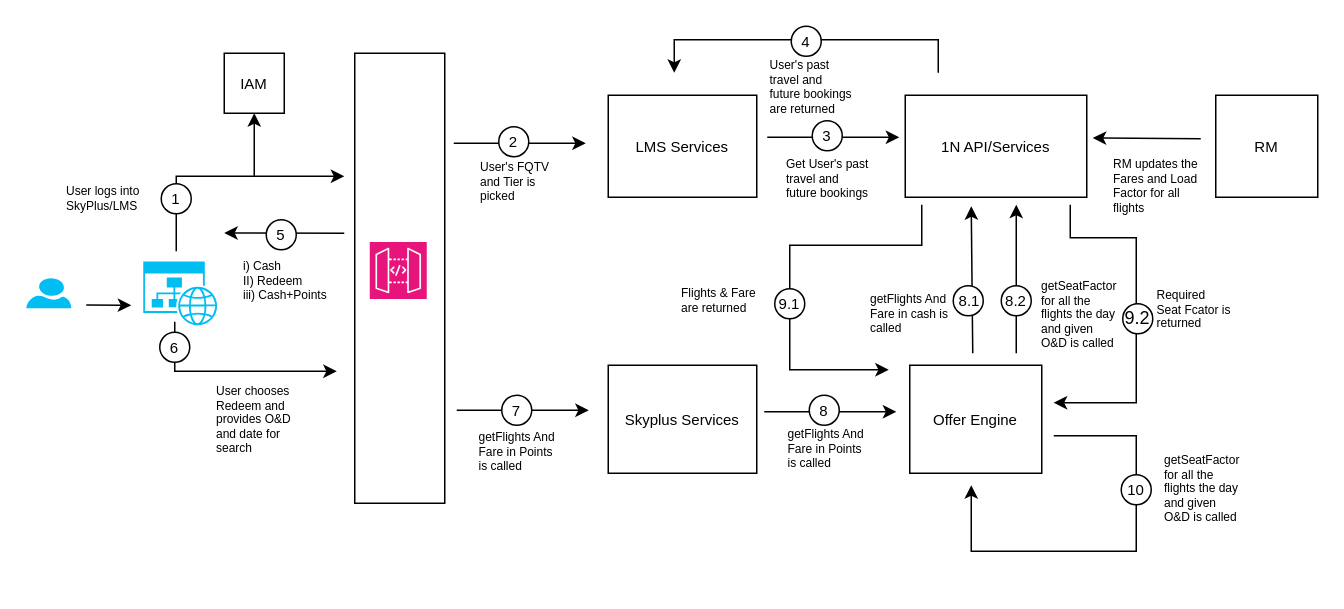
nchauhan4/drawings keeps this draw.io diagram as page "Page-1" (1 of 2) of LM Data Flow.drawio. Above is the earlier version. Source tidied: cells renumbered, new cells numbered last; positions are measured from the earlier drawing's top-left corner, leaving out a move shared by most shapes. Both pictures are drawn from the tidied source at 150%, with x=0, y=0 at pixel (26, 26).
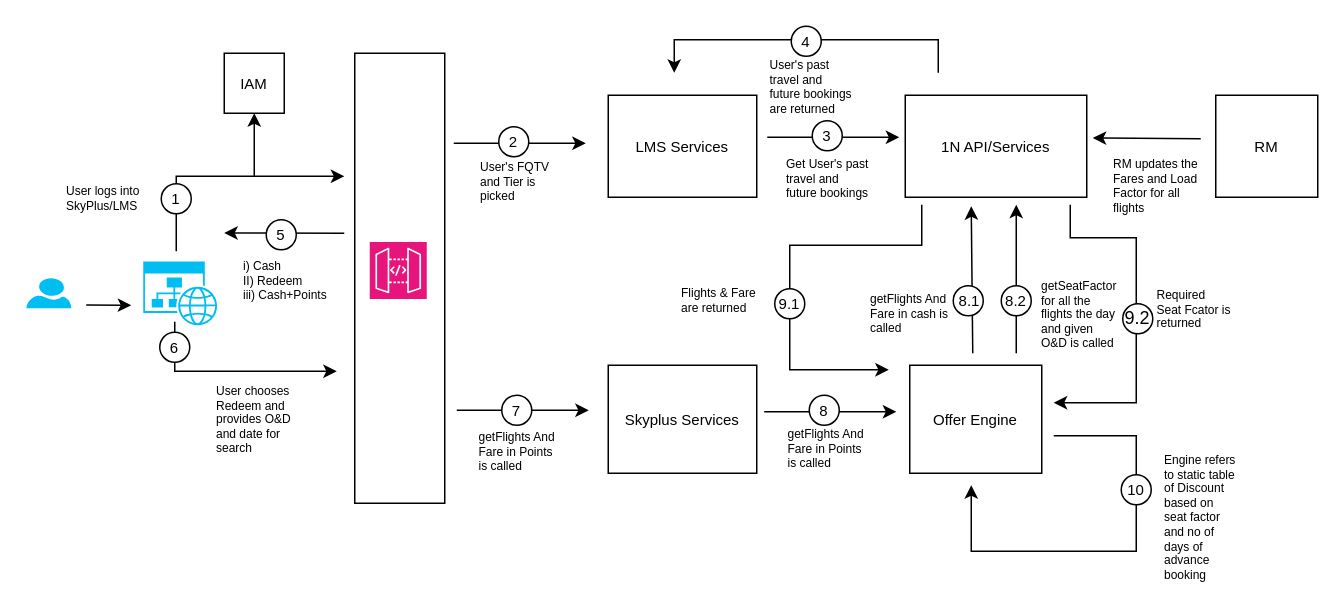
The same page after the edit.

Change to the diagram source:
```diff
@@
-    <mxCell id="66" value="getSeatFactor for all the flights the day and given O&amp;amp;D is called" style="text;html=1;strokeColor=none;fillColor=none;align=left;verticalAlign=top;whiteSpace=wrap;rounded=0;fontSize=8;" parent="1" vertex="1">
+    <mxCell id="66" value="Engine refers to static table of Discount based on seat factor and no of days of advance booking" style="text;html=1;strokeColor=none;fillColor=none;align=left;verticalAlign=top;whiteSpace=wrap;rounded=0;fontSize=8;" parent="1" vertex="1">
       <mxGeometry x="757" y="278" width="52" height="55" as="geometry" />
     </mxCell>
```
